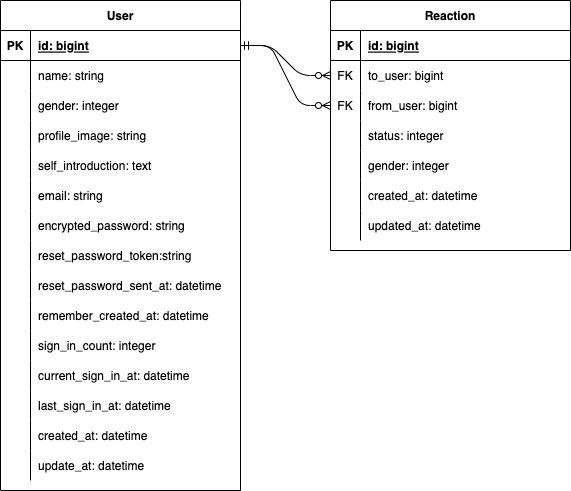
fumtas1k/match_app keeps this draw.io diagram as RD/ER.png. Above is the earlier version. Source tidied: cells renumbered, new cells last; positions are measured from the earlier drawing's top-left corner, leaving out a move shared by most shapes.
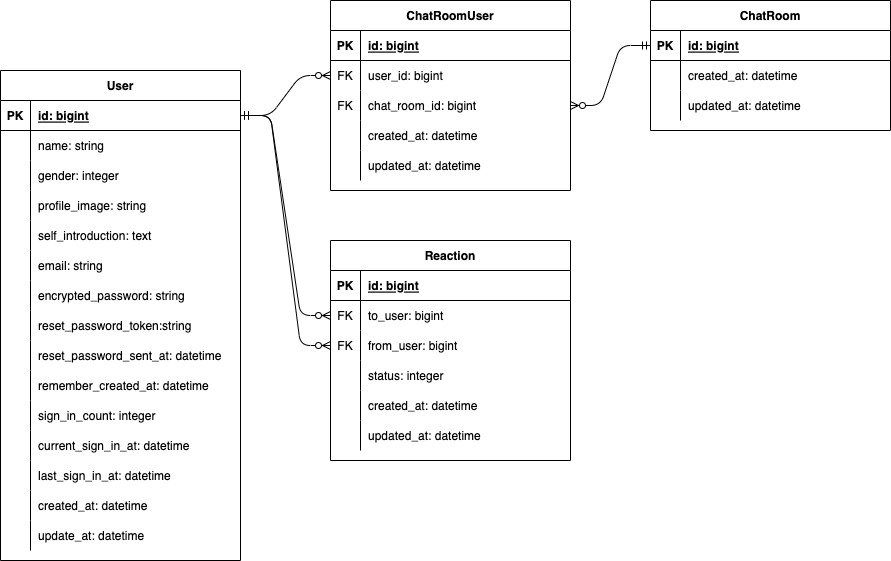
After the change.

Diff of the diagram source:
```diff
@@ -3,7 +3,7 @@
     <mxCell id="0" />
     <mxCell id="1" parent="0" />
     <mxCell id="2" value="User" style="shape=table;startSize=30;rowLines=0;fontStyle=1;align=center;" parent="1" vertex="1">
-      <mxGeometry width="240" height="490" as="geometry" />
+      <mxGeometry y="70" width="240" height="490" as="geometry" />
     </mxCell>
     <mxCell id="3" style="shape=partialRectangle;fillColor=none;top=0;left=0;bottom=1;right=0;points=[[0,0.5],[1,0.5]];portConstraint=eastwest;" parent="2" vertex="1">
       <mxGeometry y="30" width="240" height="30" as="geometry" />
@@ -141,7 +141,7 @@
       <mxGeometry x="30" width="210" height="30" as="geometry" />
     </mxCell>
     <mxCell id="48" value="Reaction" style="shape=table;startSize=30;rowLines=0;fontStyle=1;align=center;" parent="1" vertex="1">
-      <mxGeometry x="330" width="240" height="250" as="geometry" />
+      <mxGeometry x="330" y="240" width="240" height="220" as="geometry" />
     </mxCell>
     <mxCell id="49" style="shape=partialRectangle;fillColor=none;top=0;left=0;bottom=1;right=0;" parent="48" vertex="1">
       <mxGeometry y="30" width="240" height="30" as="geometry" />
@@ -179,17 +179,8 @@
     <mxCell id="60" value="status: integer" style="shape=partialRectangle;fillColor=none;top=0;left=0;bottom=0;right=0;align=left;spacingLeft=6;overflow=hidden;" parent="58" vertex="1">
       <mxGeometry x="30" width="210" height="30" as="geometry" />
     </mxCell>
-    <mxCell id="61" style="shape=partialRectangle;fillColor=none;top=0;left=0;bottom=0;right=0;" parent="48" vertex="1">
-      <mxGeometry y="150" width="240" height="30" as="geometry" />
-    </mxCell>
-    <mxCell id="62" style="shape=partialRectangle;fillColor=none;top=0;left=0;bottom=0;right=0;overflow=hidden;" parent="61" vertex="1">
-      <mxGeometry width="30" height="30" as="geometry" />
-    </mxCell>
-    <mxCell id="63" value="gender: integer" style="shape=partialRectangle;fillColor=none;top=0;left=0;bottom=0;right=0;align=left;spacingLeft=6;overflow=hidden;" parent="61" vertex="1">
-      <mxGeometry x="30" width="210" height="30" as="geometry" />
-    </mxCell>
     <mxCell id="64" style="shape=partialRectangle;fillColor=none;top=0;left=0;bottom=0;right=0;" parent="48" vertex="1">
-      <mxGeometry y="180" width="240" height="30" as="geometry" />
+      <mxGeometry y="150" width="240" height="30" as="geometry" />
     </mxCell>
     <mxCell id="65" style="shape=partialRectangle;fillColor=none;top=0;left=0;bottom=0;right=0;overflow=hidden;" parent="64" vertex="1">
       <mxGeometry width="30" height="30" as="geometry" />
@@ -198,7 +189,7 @@
       <mxGeometry x="30" width="210" height="30" as="geometry" />
     </mxCell>
     <mxCell id="67" style="shape=partialRectangle;fillColor=none;top=0;left=0;bottom=0;right=0;" parent="48" vertex="1">
-      <mxGeometry y="210" width="240" height="30" as="geometry" />
+      <mxGeometry y="180" width="240" height="30" as="geometry" />
     </mxCell>
     <mxCell id="68" style="shape=partialRectangle;fillColor=none;top=0;left=0;bottom=0;right=0;overflow=hidden;" parent="67" vertex="1">
       <mxGeometry width="30" height="30" as="geometry" />
@@ -212,5 +203,89 @@
     <mxCell id="71" style="edgeStyle=entityRelationEdgeStyle;fontSize=12;html=1;endArrow=ERzeroToMany;startArrow=ERmandOne;exitX=1;exitY=0.5;exitDx=0;exitDy=0;entryX=0;entryY=0.5;entryDx=0;entryDy=0;" parent="1" edge="1" source="3" target="55">
       <mxGeometry relative="1" as="geometry" />
     </mxCell>
+    <mxCell id="72" value="ChatRoomUser" style="shape=table;startSize=30;rowLines=0;fontStyle=1;align=center;" parent="1" vertex="1">
+      <mxGeometry x="330" width="240" height="190" as="geometry" />
+    </mxCell>
+    <mxCell id="73" style="shape=partialRectangle;fillColor=none;top=0;left=0;bottom=1;right=0;" parent="72" vertex="1">
+      <mxGeometry y="30" width="240" height="30" as="geometry" />
+    </mxCell>
+    <mxCell id="74" value="PK" style="shape=partialRectangle;fillColor=none;top=0;left=0;bottom=0;right=0;fontStyle=1;overflow=hidden;" parent="73" vertex="1">
+      <mxGeometry width="30" height="30" as="geometry" />
+    </mxCell>
+    <mxCell id="75" value="id: bigint" style="shape=partialRectangle;fillColor=none;top=0;left=0;bottom=0;right=0;align=left;spacingLeft=6;fontStyle=5;overflow=hidden;" parent="73" vertex="1">
+      <mxGeometry x="30" width="210" height="30" as="geometry" />
+    </mxCell>
+    <mxCell id="76" style="shape=partialRectangle;fillColor=none;top=0;left=0;bottom=0;right=0;points=[[0,0.5],[1,0.5]];portConstraint=eastwest;" parent="72" vertex="1">
+      <mxGeometry y="60" width="240" height="30" as="geometry" />
+    </mxCell>
+    <mxCell id="77" value="FK" style="shape=partialRectangle;fillColor=none;top=0;left=0;bottom=0;right=0;fontStyle=0;overflow=hidden;" parent="76" vertex="1">
+      <mxGeometry width="30" height="30" as="geometry" />
+    </mxCell>
+    <mxCell id="78" value="user_id: bigint" style="shape=partialRectangle;fillColor=none;top=0;left=0;bottom=0;right=0;align=left;spacingLeft=6;fontStyle=0;overflow=hidden;" parent="76" vertex="1">
+      <mxGeometry x="30" width="210" height="30" as="geometry" />
+    </mxCell>
+    <mxCell id="79" style="shape=partialRectangle;fillColor=none;top=0;left=0;bottom=0;right=0;points=[[0,0.5],[1,0.5]];portConstraint=eastwest;" parent="72" vertex="1">
+      <mxGeometry y="90" width="240" height="30" as="geometry" />
+    </mxCell>
+    <mxCell id="80" value="FK" style="shape=partialRectangle;fillColor=none;top=0;left=0;bottom=0;right=0;fontStyle=0;overflow=hidden;" parent="79" vertex="1">
+      <mxGeometry width="30" height="30" as="geometry" />
+    </mxCell>
+    <mxCell id="81" value="chat_room_id: bigint" style="shape=partialRectangle;fillColor=none;top=0;left=0;bottom=0;right=0;align=left;spacingLeft=6;fontStyle=0;overflow=hidden;" parent="79" vertex="1">
+      <mxGeometry x="30" width="210" height="30" as="geometry" />
+    </mxCell>
+    <mxCell id="82" style="shape=partialRectangle;fillColor=none;top=0;left=0;bottom=0;right=0;" parent="72" vertex="1">
+      <mxGeometry y="120" width="240" height="30" as="geometry" />
+    </mxCell>
+    <mxCell id="83" style="shape=partialRectangle;fillColor=none;top=0;left=0;bottom=0;right=0;overflow=hidden;" parent="82" vertex="1">
+      <mxGeometry width="30" height="30" as="geometry" />
+    </mxCell>
+    <mxCell id="84" value="created_at: datetime" style="shape=partialRectangle;fillColor=none;top=0;left=0;bottom=0;right=0;align=left;spacingLeft=6;overflow=hidden;" parent="82" vertex="1">
+      <mxGeometry x="30" width="210" height="30" as="geometry" />
+    </mxCell>
+    <mxCell id="61" style="shape=partialRectangle;fillColor=none;top=0;left=0;bottom=0;right=0;" parent="72" vertex="1">
+      <mxGeometry y="150" width="240" height="30" as="geometry" />
+    </mxCell>
+    <mxCell id="85" style="shape=partialRectangle;fillColor=none;top=0;left=0;bottom=0;right=0;overflow=hidden;" parent="61" vertex="1">
+      <mxGeometry width="30" height="30" as="geometry" />
+    </mxCell>
+    <mxCell id="86" value="updated_at: datetime" style="shape=partialRectangle;fillColor=none;top=0;left=0;bottom=0;right=0;align=left;spacingLeft=6;overflow=hidden;" parent="61" vertex="1">
+      <mxGeometry x="30" width="210" height="30" as="geometry" />
+    </mxCell>
+    <mxCell id="87" style="edgeStyle=entityRelationEdgeStyle;fontSize=12;html=1;endArrow=ERzeroToMany;startArrow=ERmandOne;exitX=1;exitY=0.5;exitDx=0;exitDy=0;entryX=0;entryY=0.5;entryDx=0;entryDy=0;" parent="1" edge="1" source="3" target="76">
+      <mxGeometry relative="1" as="geometry" />
+    </mxCell>
+    <mxCell id="88" value="ChatRoom" style="shape=table;startSize=30;rowLines=0;fontStyle=1;align=center;" parent="1" vertex="1">
+      <mxGeometry x="650" width="240" height="130" as="geometry" />
+    </mxCell>
+    <mxCell id="89" style="shape=partialRectangle;fillColor=none;top=0;left=0;bottom=1;right=0;points=[[0,0.5],[1,0.5]];portConstraint=eastwest;" parent="88" vertex="1">
+      <mxGeometry y="30" width="240" height="30" as="geometry" />
+    </mxCell>
+    <mxCell id="90" value="PK" style="shape=partialRectangle;fillColor=none;top=0;left=0;bottom=0;right=0;fontStyle=1;overflow=hidden;" parent="89" vertex="1">
+      <mxGeometry width="30" height="30" as="geometry" />
+    </mxCell>
+    <mxCell id="91" value="id: bigint" style="shape=partialRectangle;fillColor=none;top=0;left=0;bottom=0;right=0;align=left;spacingLeft=6;fontStyle=5;overflow=hidden;" parent="89" vertex="1">
+      <mxGeometry x="30" width="210" height="30" as="geometry" />
+    </mxCell>
+    <mxCell id="92" style="shape=partialRectangle;fillColor=none;top=0;left=0;bottom=0;right=0;" parent="88" vertex="1">
+      <mxGeometry y="60" width="240" height="30" as="geometry" />
+    </mxCell>
+    <mxCell id="93" style="shape=partialRectangle;fillColor=none;top=0;left=0;bottom=0;right=0;overflow=hidden;" parent="92" vertex="1">
+      <mxGeometry width="30" height="30" as="geometry" />
+    </mxCell>
+    <mxCell id="94" value="created_at: datetime" style="shape=partialRectangle;fillColor=none;top=0;left=0;bottom=0;right=0;align=left;spacingLeft=6;overflow=hidden;" parent="92" vertex="1">
+      <mxGeometry x="30" width="210" height="30" as="geometry" />
+    </mxCell>
+    <mxCell id="95" style="shape=partialRectangle;fillColor=none;top=0;left=0;bottom=0;right=0;" parent="88" vertex="1">
+      <mxGeometry y="90" width="240" height="30" as="geometry" />
+    </mxCell>
+    <mxCell id="96" style="shape=partialRectangle;fillColor=none;top=0;left=0;bottom=0;right=0;overflow=hidden;" parent="95" vertex="1">
+      <mxGeometry width="30" height="30" as="geometry" />
+    </mxCell>
+    <mxCell id="97" value="updated_at: datetime" style="shape=partialRectangle;fillColor=none;top=0;left=0;bottom=0;right=0;align=left;spacingLeft=6;overflow=hidden;" parent="95" vertex="1">
+      <mxGeometry x="30" width="210" height="30" as="geometry" />
+    </mxCell>
+    <mxCell id="98" style="edgeStyle=entityRelationEdgeStyle;fontSize=12;html=1;endArrow=ERzeroToMany;startArrow=ERmandOne;exitX=0;exitY=0.5;exitDx=0;exitDy=0;entryX=1;entryY=0.5;entryDx=0;entryDy=0;" parent="1" edge="1" source="89" target="79">
+      <mxGeometry relative="1" as="geometry" />
+    </mxCell>
   </root>
 </mxGraphModel>
```
